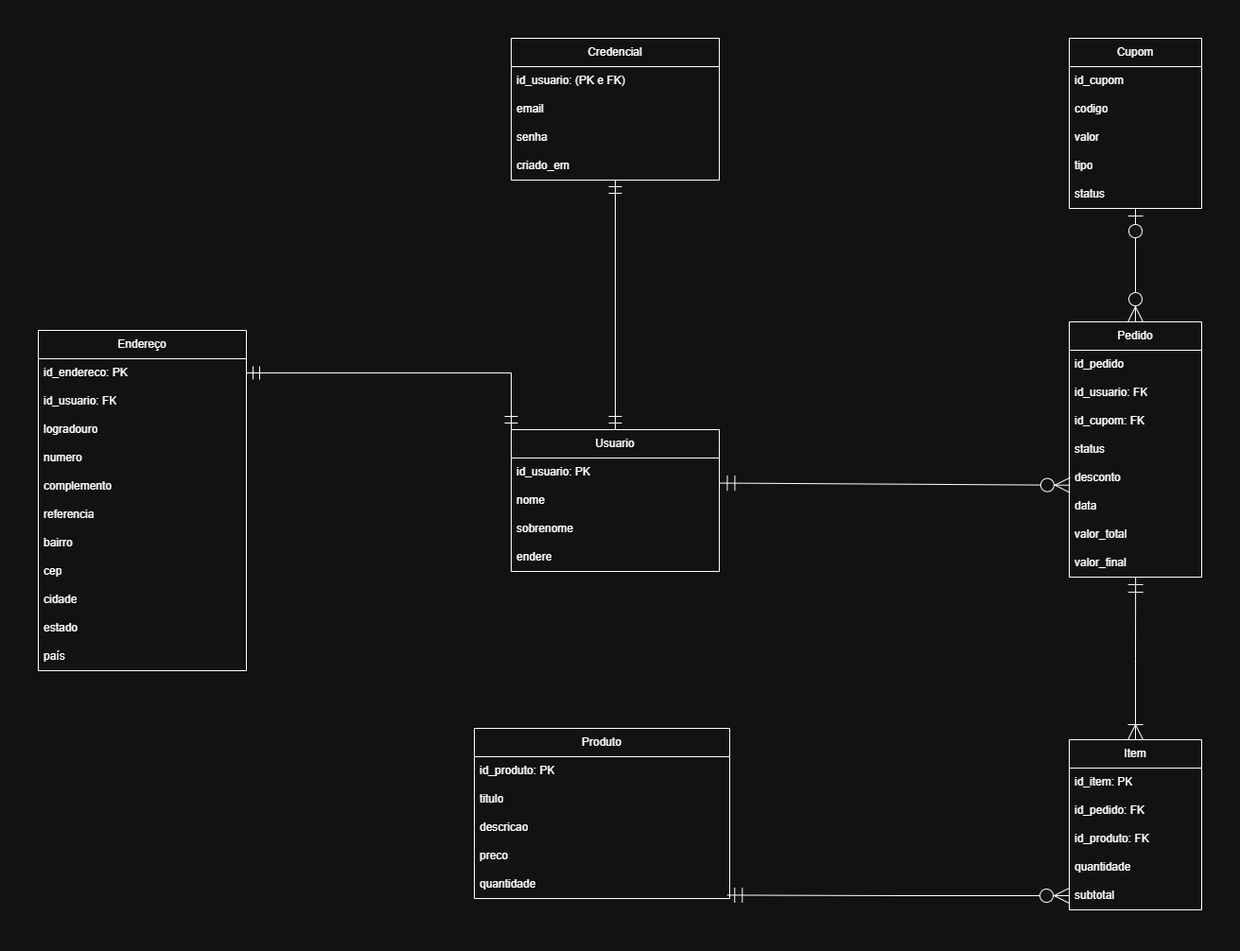
Graos-Prosa/Documents keeps this draw.io diagram as Modelo-Lógico.drawio.png. Above is the earlier version. Source tidied: cells renumbered, new cells last; positions are measured from the earlier drawing's top-left corner, leaving out a move shared by most shapes.
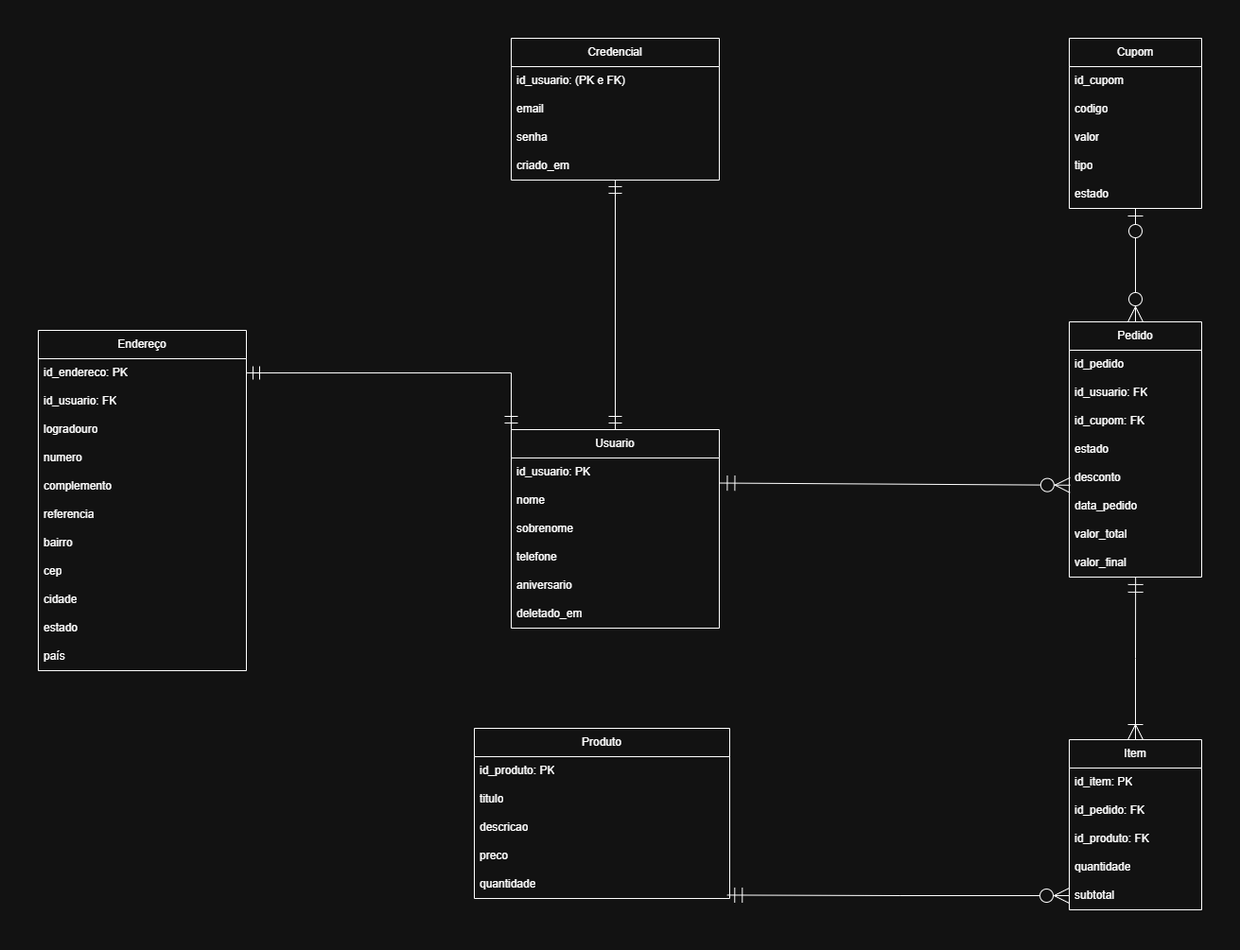
The same diagram one commit later.

Commit message:
DOC: atualizando modelo-logico.

The edit, as a diff of the source:
```diff
@@ -3,7 +3,7 @@
     <mxCell id="0" />
     <mxCell id="1" parent="0" />
     <mxCell id="2" value="Usuario" style="swimlane;fontStyle=0;horizontal=1;startSize=30;whiteSpace=wrap;html=1;" parent="1" vertex="1">
-      <mxGeometry x="500" y="414" width="220" height="150" as="geometry" />
+      <mxGeometry x="500" y="414" width="220" height="210" as="geometry" />
     </mxCell>
     <mxCell id="3" value="id_usuario: PK" style="text;strokeColor=none;fillColor=none;align=left;verticalAlign=middle;spacingLeft=4;spacingRight=4;overflow=hidden;points=[[0,0.5],[1,0.5]];portConstraint=eastwest;whiteSpace=wrap;html=1;" parent="2" vertex="1">
       <mxGeometry y="30" width="220" height="30" as="geometry" />
@@ -14,9 +14,15 @@
     <mxCell id="5" value="sobrenome" style="text;strokeColor=none;fillColor=none;align=left;verticalAlign=middle;spacingLeft=4;spacingRight=4;overflow=hidden;whiteSpace=wrap;html=1;" parent="2" vertex="1">
       <mxGeometry y="90" width="220" height="30" as="geometry" />
     </mxCell>
-    <mxCell id="6" value="endere" style="text;strokeColor=none;fillColor=none;align=left;verticalAlign=middle;spacingLeft=4;spacingRight=4;overflow=hidden;whiteSpace=wrap;html=1;" parent="2" vertex="1">
-      <mxGeometry y="120" width="220" height="30" as="geometry" />
-    </mxCell>
+    <mxCell id="57" value="telefone" style="text;strokeColor=none;fillColor=none;align=left;verticalAlign=middle;spacingLeft=4;spacingRight=4;overflow=hidden;whiteSpace=wrap;html=1;" parent="2" vertex="1">
+      <mxGeometry y="120" width="220" height="30" as="geometry" />
+    </mxCell>
+    <mxCell id="58" value="aniversario" style="text;strokeColor=none;fillColor=none;align=left;verticalAlign=middle;spacingLeft=4;spacingRight=4;overflow=hidden;whiteSpace=wrap;html=1;" parent="2" vertex="1">
+      <mxGeometry y="150" width="220" height="30" as="geometry" />
+    </mxCell>
+    <mxCell id="59" value="deletado_em" style="text;strokeColor=none;fillColor=none;align=left;verticalAlign=middle;spacingLeft=4;spacingRight=4;overflow=hidden;whiteSpace=wrap;html=1;" parent="2" vertex="1">
+      <mxGeometry y="180" width="220" height="30" as="geometry" />
+    </mxCell>
     <mxCell id="7" value="Produto" style="swimlane;fontStyle=0;horizontal=1;startSize=30;whiteSpace=wrap;html=1;" parent="1" vertex="1">
       <mxGeometry x="461" y="730" width="270" height="180" as="geometry" />
     </mxCell>
@@ -47,13 +53,13 @@
     <mxCell id="16" value="id_cupom: FK" style="text;strokeColor=none;fillColor=none;align=left;verticalAlign=middle;spacingLeft=4;spacingRight=4;overflow=hidden;whiteSpace=wrap;html=1;" parent="13" vertex="1">
       <mxGeometry y="90" width="140" height="30" as="geometry" />
     </mxCell>
-    <mxCell id="17" value="status" style="text;strokeColor=none;fillColor=none;align=left;verticalAlign=middle;spacingLeft=4;spacingRight=4;overflow=hidden;whiteSpace=wrap;html=1;" parent="13" vertex="1">
+    <mxCell id="17" value="estado" style="text;strokeColor=none;fillColor=none;align=left;verticalAlign=middle;spacingLeft=4;spacingRight=4;overflow=hidden;whiteSpace=wrap;html=1;" parent="13" vertex="1">
       <mxGeometry y="120" width="140" height="30" as="geometry" />
     </mxCell>
     <mxCell id="18" value="desconto" style="text;strokeColor=none;fillColor=none;align=left;verticalAlign=middle;spacingLeft=4;spacingRight=4;overflow=hidden;points=[[0,0.5],[1,0.5]];portConstraint=eastwest;whiteSpace=wrap;html=1;" parent="13" vertex="1">
       <mxGeometry y="150" width="140" height="30" as="geometry" />
     </mxCell>
-    <mxCell id="19" value="data" style="text;strokeColor=none;fillColor=none;align=left;verticalAlign=middle;spacingLeft=4;spacingRight=4;overflow=hidden;whiteSpace=wrap;html=1;" parent="13" vertex="1">
+    <mxCell id="19" value="data_pedido" style="text;strokeColor=none;fillColor=none;align=left;verticalAlign=middle;spacingLeft=4;spacingRight=4;overflow=hidden;whiteSpace=wrap;html=1;" parent="13" vertex="1">
       <mxGeometry y="180" width="140" height="30" as="geometry" />
     </mxCell>
     <mxCell id="20" value="valor_total" style="text;strokeColor=none;fillColor=none;align=left;verticalAlign=middle;spacingLeft=4;spacingRight=4;overflow=hidden;whiteSpace=wrap;html=1;" parent="13" vertex="1">
@@ -80,7 +86,7 @@
     <mxCell id="27" value="tipo" style="text;strokeColor=none;fillColor=none;align=left;verticalAlign=middle;spacingLeft=4;spacingRight=4;overflow=hidden;whiteSpace=wrap;html=1;" parent="23" vertex="1">
       <mxGeometry y="120" width="140" height="30" as="geometry" />
     </mxCell>
-    <mxCell id="28" value="status" style="text;strokeColor=none;fillColor=none;align=left;verticalAlign=middle;spacingLeft=4;spacingRight=4;overflow=hidden;whiteSpace=wrap;html=1;" parent="23" vertex="1">
+    <mxCell id="28" value="estado" style="text;strokeColor=none;fillColor=none;align=left;verticalAlign=middle;spacingLeft=4;spacingRight=4;overflow=hidden;whiteSpace=wrap;html=1;" parent="23" vertex="1">
       <mxGeometry y="150" width="140" height="30" as="geometry" />
     </mxCell>
     <mxCell id="29" style="endArrow=ERzeroToMany;html=1;rounded=0;exitX=1.002;exitY=0.884;exitDx=0;exitDy=0;entryX=0.006;entryY=0.759;entryDx=0;entryDy=0;startArrow=ERmandOne;startFill=0;endFill=0;strokeWidth=1;endSize=14;startSize=14;entryPerimeter=0;exitPerimeter=0;" parent="1" edge="1" source="3" target="18">
```
